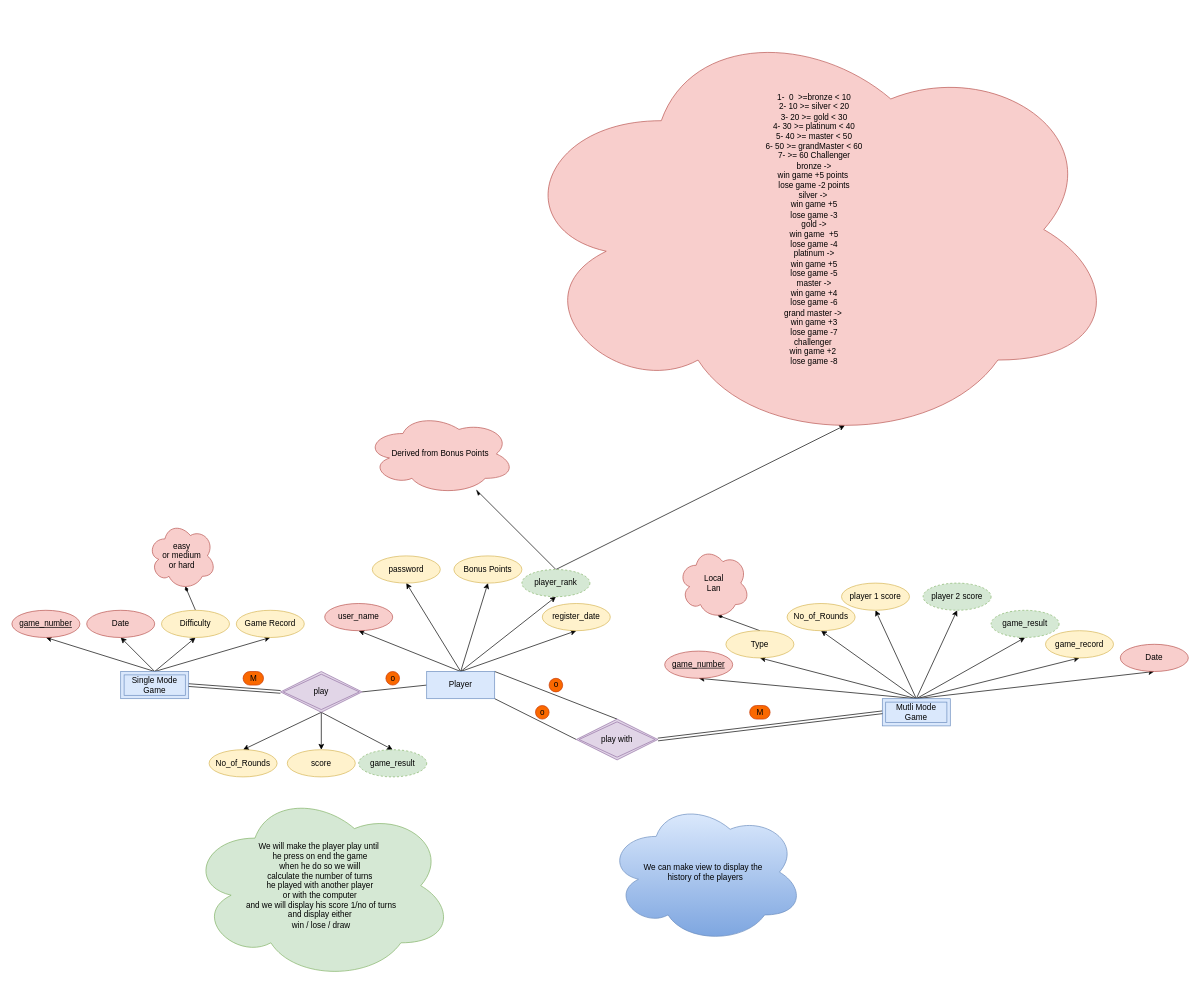
This is page "Final" (1 of 2) of 00 Project Materials/00 Database/00 ERD/TicTacToeERD.drawio from AymanxMohamed/Tick-Tac-Toe-Game, a draw.io file, before an edit. Source tidied: cells renumbered, new cells numbered last; positions are measured from the earlier drawing's top-left corner, leaving out a move shared by most shapes. Both pictures are drawn from the tidied source at 68%, with x=0, y=0 at pixel (12, 12).
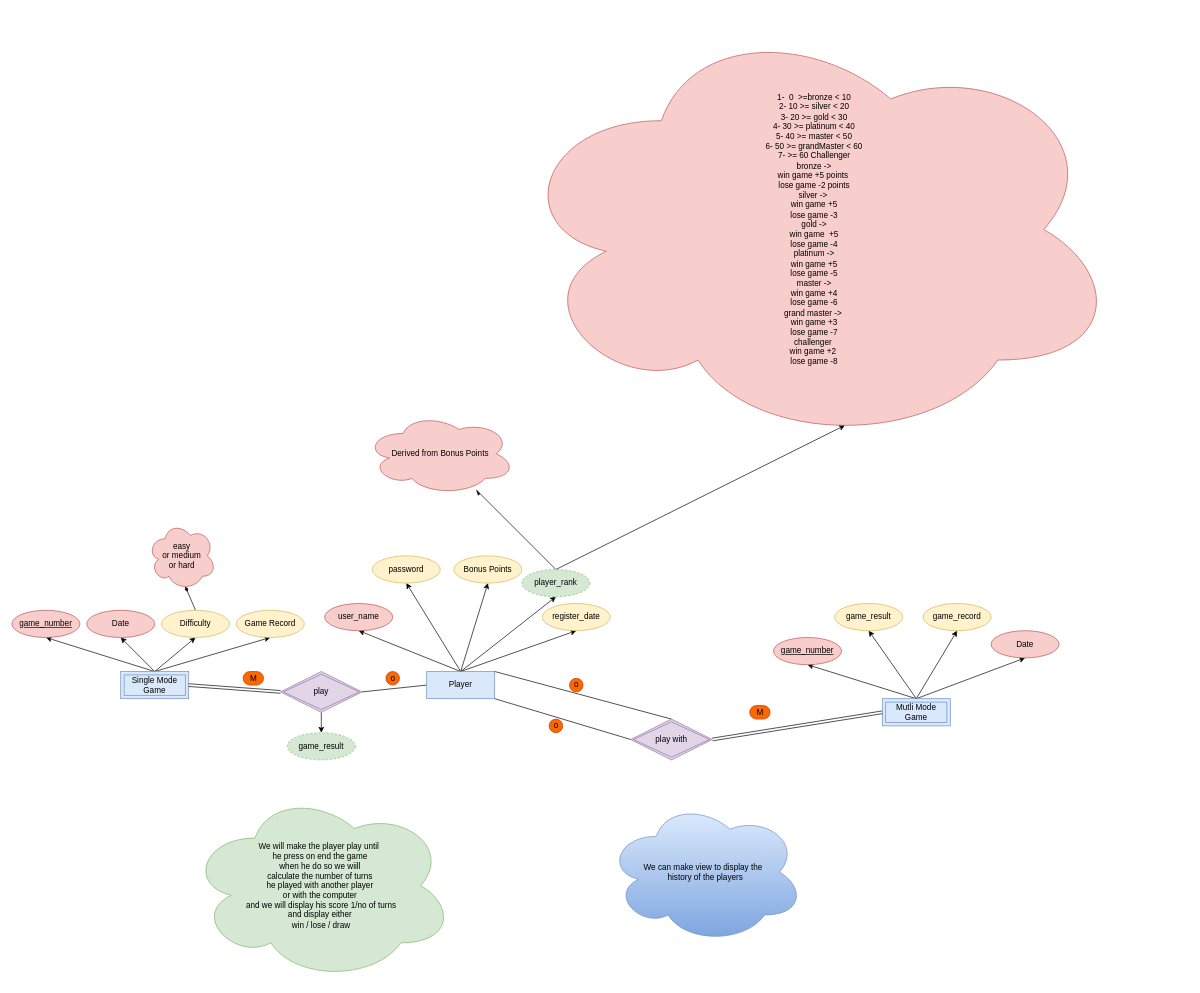
After the change.

Unchanged cells that the change refers to:
```xml
<mxCell id="30" value="Mutli Mode Game" style="shape=ext;margin=3;double=1;whiteSpace=wrap;html=1;align=center;rounded=0;shadow=0;glass=0;sketch=0;fillColor=#dae8fc;strokeColor=#6c8ebf;" parent="1" vertex="1">
  <mxGeometry x="1280" y="1010" width="100" height="40" as="geometry" />
</mxCell>
<mxCell id="37" value="play" style="shape=rhombus;double=1;perimeter=rhombusPerimeter;whiteSpace=wrap;html=1;align=center;rounded=0;shadow=0;glass=0;sketch=0;fillColor=#e1d5e7;strokeColor=#9673a6;" parent="1" vertex="1">
  <mxGeometry x="395" y="970" width="120" height="60" as="geometry" />
</mxCell>
```

What changed in the source:
```diff
@@
-    <mxCell id="13" style="edgeStyle=none;rounded=0;jettySize=auto;html=1;exitX=0.5;exitY=1;exitDx=0;exitDy=0;entryX=0.5;entryY=0;entryDx=0;entryDy=0;endArrow=classic;endFill=1;" parent="1" edge="1" target="16">
-      <mxGeometry relative="1" as="geometry">
-        <mxPoint x="455" y="1030" as="sourcePoint" />
-      </mxGeometry>
-    </mxCell>
@@
-    <mxCell id="16" value="score" style="ellipse;whiteSpace=wrap;html=1;align=center;rounded=1;shadow=0;glass=0;sketch=0;fillColor=#fff2cc;strokeColor=#d6b656;" parent="1" vertex="1">
-      <mxGeometry x="405" y="1085" width="100" height="40" as="geometry" />
-    </mxCell>
@@
-    <mxCell id="22" style="edgeStyle=none;rounded=0;jettySize=auto;html=1;exitX=0.5;exitY=0;exitDx=0;exitDy=0;entryX=0.5;entryY=1;entryDx=0;entryDy=0;endArrow=classic;endFill=1;" parent="1" edge="1" source="30" target="45">
-      <mxGeometry relative="1" as="geometry" />
-    </mxCell>
-    <mxCell id="23" style="edgeStyle=none;rounded=0;jettySize=auto;html=1;exitX=0.5;exitY=0;exitDx=0;exitDy=0;entryX=0.5;entryY=1;entryDx=0;entryDy=0;endArrow=classic;endFill=1;" parent="1" edge="1" source="30" target="47">
-      <mxGeometry relative="1" as="geometry" />
-    </mxCell>
-    <mxCell id="24" style="edgeStyle=none;rounded=0;jettySize=auto;html=1;exitX=0.5;exitY=0;exitDx=0;exitDy=0;entryX=0.5;entryY=1;entryDx=0;entryDy=0;endArrow=classic;endFill=1;" parent="1" edge="1" source="30" target="48">
-      <mxGeometry relative="1" as="geometry" />
-    </mxCell>
@@
-    <mxCell id="26" style="edgeStyle=none;rounded=0;jettySize=auto;html=1;exitX=0.5;exitY=0;exitDx=0;exitDy=0;entryX=0.5;entryY=1;entryDx=0;entryDy=0;" parent="1" edge="1" source="30" target="61">
-      <mxGeometry relative="1" as="geometry" />
-    </mxCell>
-    <mxCell id="27" style="edgeStyle=none;rounded=0;jettySize=auto;html=1;exitX=0.5;exitY=0;exitDx=0;exitDy=0;entryX=0.5;entryY=1;entryDx=0;entryDy=0;" parent="1" edge="1" source="30" target="62">
-      <mxGeometry relative="1" as="geometry" />
-    </mxCell>
@@
+    <mxCell id="27" style="rounded=0;jettySize=auto;html=1;exitX=0.5;exitY=0;exitDx=0;exitDy=0;entryX=0.5;entryY=1;entryDx=0;entryDy=0;" parent="1" edge="1" source="30" target="62">
+      <mxGeometry relative="1" as="geometry" />
+    </mxCell>
@@
-    <mxCell id="35" style="edgeStyle=none;rounded=0;jettySize=auto;html=1;exitX=0.5;exitY=1;exitDx=0;exitDy=0;entryX=0.5;entryY=0;entryDx=0;entryDy=0;endArrow=classic;endFill=1;" parent="1" edge="1" source="37" target="42">
-      <mxGeometry relative="1" as="geometry" />
-    </mxCell>
@@
     <mxCell id="39" value="play with&lt;br&gt;" style="shape=rhombus;double=1;perimeter=rhombusPerimeter;whiteSpace=wrap;html=1;align=center;rounded=0;shadow=0;glass=0;sketch=0;fillColor=#e1d5e7;strokeColor=#9673a6;" parent="1" vertex="1">
-      <mxGeometry x="830" y="1040" width="120" height="60" as="geometry" />
+      <mxGeometry x="910" y="1040" width="120" height="60" as="geometry" />
     </mxCell>
@@
     <mxCell id="41" value="game_result" style="ellipse;whiteSpace=wrap;html=1;align=center;dashed=1;rounded=0;shadow=0;glass=0;sketch=0;fillColor=#d5e8d4;strokeColor=#82b366;" parent="1" vertex="1">
-      <mxGeometry x="510" y="1085" width="100" height="40" as="geometry" />
+      <mxGeometry x="405" y="1060" width="100" height="40" as="geometry" />
     </mxCell>
-    <mxCell id="42" value="No_of_Rounds" style="ellipse;whiteSpace=wrap;html=1;align=center;rounded=1;shadow=0;glass=0;sketch=0;fillColor=#fff2cc;strokeColor=#d6b656;" parent="1" vertex="1">
-      <mxGeometry x="290" y="1085" width="100" height="40" as="geometry" />
-    </mxCell>
@@
-    <mxCell id="44" style="edgeStyle=none;rounded=0;jettySize=auto;html=1;exitX=0.5;exitY=0;exitDx=0;exitDy=0;entryX=0.55;entryY=0.95;entryDx=0;entryDy=0;entryPerimeter=0;endArrow=diamondThin;endFill=1;" parent="1" edge="1" source="45" target="46">
-      <mxGeometry relative="1" as="geometry" />
-    </mxCell>
-    <mxCell id="45" value="Type" style="ellipse;whiteSpace=wrap;html=1;align=center;fillColor=#fff2cc;strokeColor=#d6b656;" parent="1" vertex="1">
-      <mxGeometry x="1050" y="910" width="100" height="40" as="geometry" />
-    </mxCell>
-    <mxCell id="46" value="Local&lt;br&gt;Lan" style="ellipse;shape=cloud;whiteSpace=wrap;html=1;align=center;rounded=0;shadow=0;glass=0;sketch=0;fillColor=#f8cecc;strokeColor=#b85450;" parent="1" vertex="1">
-      <mxGeometry x="980" y="787.5" width="105" height="105" as="geometry" />
-    </mxCell>
-    <mxCell id="47" value="No_of_Rounds" style="ellipse;whiteSpace=wrap;html=1;align=center;rounded=1;shadow=0;glass=0;sketch=0;fillColor=#fff2cc;strokeColor=#d6b656;" parent="1" vertex="1">
-      <mxGeometry x="1140" y="870" width="100" height="40" as="geometry" />
-    </mxCell>
-    <mxCell id="48" value="player 1 score" style="ellipse;whiteSpace=wrap;html=1;align=center;rounded=1;shadow=0;glass=0;sketch=0;fillColor=#fff2cc;strokeColor=#d6b656;" parent="1" vertex="1">
-      <mxGeometry x="1220" y="840" width="100" height="40" as="geometry" />
-    </mxCell>
@@
     <mxCell id="50" value="o" style="text;html=1;align=center;verticalAlign=middle;fillColor=#fa6800;strokeColor=#C73500;rounded=1;arcSize=30;fontColor=#000000;shadow=0;sketch=0;glass=0;fillOpacity=100;strokeOpacity=100;imageWidth=50;imageHeight=50;absoluteArcSize=1;" parent="1" vertex="1">
-      <mxGeometry x="790" y="980" width="20" height="20" as="geometry" />
+      <mxGeometry x="820" y="980" width="20" height="20" as="geometry" />
     </mxCell>
     <mxCell id="51" value="o" style="text;html=1;align=center;verticalAlign=middle;fillColor=#fa6800;strokeColor=#C73500;rounded=1;arcSize=30;fontColor=#000000;shadow=0;sketch=0;glass=0;fillOpacity=100;strokeOpacity=100;imageWidth=50;imageHeight=50;absoluteArcSize=1;" parent="1" vertex="1">
-      <mxGeometry x="770" y="1020" width="20" height="20" as="geometry" />
+      <mxGeometry x="790" y="1040" width="20" height="20" as="geometry" />
     </mxCell>
     <mxCell id="52" value="Date" style="ellipse;whiteSpace=wrap;html=1;align=center;rounded=0;shadow=0;glass=0;sketch=0;fillColor=#f8cecc;strokeColor=#b85450;" parent="1" vertex="1">
-      <mxGeometry x="1630" y="930" width="100" height="40" as="geometry" />
+      <mxGeometry x="1440" y="910" width="100" height="40" as="geometry" />
     </mxCell>
@@
-    <mxCell id="61" value="player 2 score" style="ellipse;whiteSpace=wrap;html=1;align=center;dashed=1;rounded=0;shadow=0;glass=0;sketch=0;fillColor=#d5e8d4;strokeColor=#82b366;" parent="1" vertex="1">
-      <mxGeometry x="1340" y="840" width="100" height="40" as="geometry" />
-    </mxCell>
-    <mxCell id="62" value="game_result" style="ellipse;whiteSpace=wrap;html=1;align=center;dashed=1;rounded=0;shadow=0;glass=0;sketch=0;fillColor=#d5e8d4;strokeColor=#82b366;" parent="1" vertex="1">
-      <mxGeometry x="1440" y="880" width="100" height="40" as="geometry" />
-    </mxCell>
@@
     <mxCell id="64" value="&lt;u&gt;game_number&lt;/u&gt;" style="ellipse;whiteSpace=wrap;html=1;align=center;rounded=0;shadow=0;glass=0;sketch=0;fillColor=#f8cecc;strokeColor=#b85450;" parent="1" vertex="1">
-      <mxGeometry x="960" y="940" width="100" height="40" as="geometry" />
+      <mxGeometry x="1120" y="920" width="100" height="40" as="geometry" />
     </mxCell>
     <mxCell id="65" value="game_record&lt;br&gt;" style="ellipse;whiteSpace=wrap;html=1;align=center;rounded=1;shadow=0;glass=0;sketch=0;fillColor=#fff2cc;strokeColor=#d6b656;" parent="1" vertex="1">
-      <mxGeometry x="1520" y="910" width="100" height="40" as="geometry" />
+      <mxGeometry x="1340" y="870" width="100" height="40" as="geometry" />
     </mxCell>
-    <mxCell id="66" style="edgeStyle=none;rounded=0;orthogonalLoop=1;jettySize=auto;html=1;exitX=0.5;exitY=1;exitDx=0;exitDy=0;" parent="1" edge="1" source="48" target="48">
-      <mxGeometry relative="1" as="geometry" />
+    <mxCell id="66" style="edgeStyle=none;rounded=0;orthogonalLoop=1;jettySize=auto;html=1;exitX=0.5;exitY=1;exitDx=0;exitDy=0;" parent="1" edge="1">
+      <mxGeometry relative="1" as="geometry">
+        <mxPoint x="1140" y="930" as="sourcePoint" />
+        <mxPoint x="1140" y="930" as="targetPoint" />
+      </mxGeometry>
     </mxCell>
@@
+    <mxCell id="62" value="game_result" style="ellipse;whiteSpace=wrap;html=1;align=center;fillColor=#fff2cc;strokeColor=#d6b656;" parent="1" vertex="1">
+      <mxGeometry x="1210" y="870" width="100" height="40" as="geometry" />
+    </mxCell>
```
